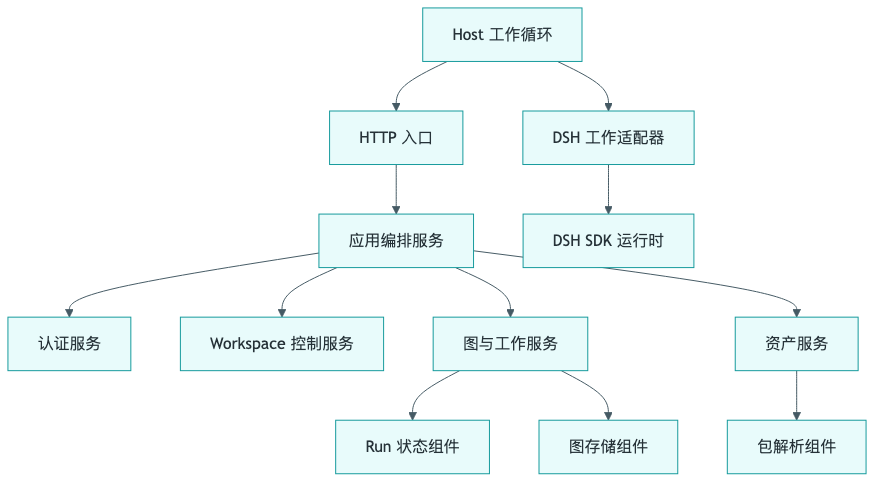
The Mermaid diagram technical-docs/chongming-graph/diagrams/S-02-component-structure.png in AUSIO2/ChongMing, before a commit. Its source is kept beside it as technical-docs/chongming-graph/diagrams/S-02-component-structure.mmd.
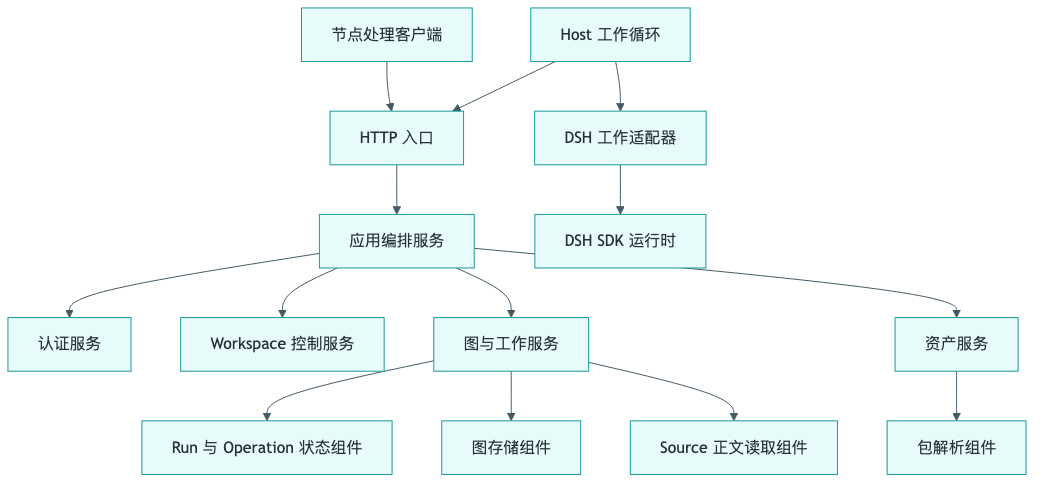
The same file after the commit.

The edit, as a diff of the source:
```diff
@@ -1,15 +1,17 @@
-%%{init: {"theme": "base", "themeVariables": {"primaryColor": "#e8fbfb", "primaryBorderColor": "#159a9c", "primaryTextColor": "#263238", "lineColor": "#455a64", "actorBkg": "#e8fbfb", "actorBorder": "#159a9c", "actorTextColor": "#263238", "signalColor": "#455a64", "signalTextColor": "#263238", "labelBoxBkgColor": "#f2ffff", "labelBoxBorderColor": "#159a9c", "labelTextColor": "#263238", "noteBkgColor": "#f2ffff", "noteBorderColor": "#159a9c", "noteTextColor": "#263238"}}}%%
+%%{init: {"theme": "base", "themeVariables": {"primaryColor": "#e8fbfb", "primaryBorderColor": "#159a9c", "primaryTextColor": "#263238", "lineColor": "#455a64"}}}%%
 flowchart TB
-  HTTP[HTTP 入口] --> APP[应用编排服务]
+  UI[节点处理客户端] --> HTTP[HTTP 入口]
+  HTTP --> APP[应用编排服务]
   APP --> AUTH[认证服务]
   APP --> CTRL[Workspace 控制服务]
   APP --> GRAPH[图与工作服务]
   APP --> ASSET[资产服务]
-  GRAPH --> RUN[Run 状态组件]
+  GRAPH --> RUN[Run 与 Operation 状态组件]
   GRAPH --> STORE[图存储组件]
+  GRAPH --> SOURCE[Source 正文读取组件]
   ASSET --> BUNDLE[包解析组件]
   HOST[Host 工作循环] --> HTTP
   HOST --> ADAPTER[DSH 工作适配器]
   ADAPTER --> RUNTIME[DSH SDK 运行时]
   classDef c fill:#e8fbfb,stroke:#159a9c,color:#263238;
-  class HTTP,APP,AUTH,CTRL,GRAPH,ASSET,RUN,STORE,BUNDLE,HOST,ADAPTER,RUNTIME c;
+  class UI,HTTP,APP,AUTH,CTRL,GRAPH,ASSET,RUN,STORE,SOURCE,BUNDLE,HOST,ADAPTER,RUNTIME c;
```
